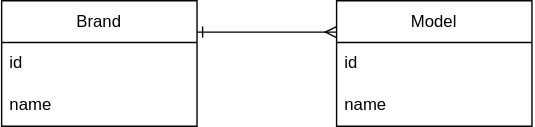
The draw.io diagram Diagram.svg in SochoeunKhorn/phoneshop, before a commit. Source tidied: cells renumbered, new cells last; positions are measured from the earlier drawing's top-left corner, leaving out a move shared by most shapes.
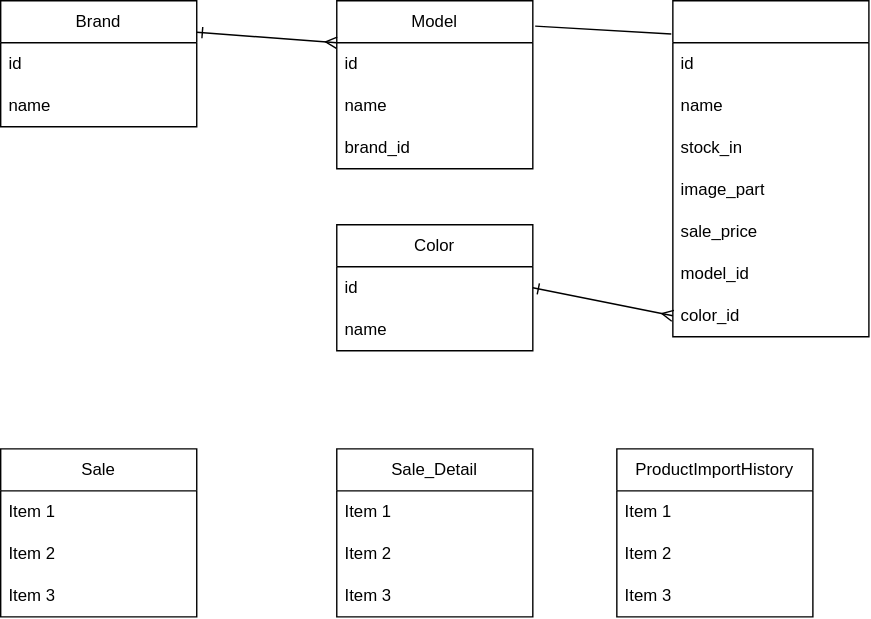
Above is the later version.

Commit message:
Configure using LocalDateTime

What changed in the source:
```diff
@@ -12,7 +12,7 @@
       <mxGeometry y="60" width="140" height="30" as="geometry" />
     </mxCell>
     <mxCell id="5" value="Model" style="swimlane;fontStyle=0;horizontal=1;startSize=30;whiteSpace=wrap;html=1;" parent="1" vertex="1">
-      <mxGeometry x="240" width="140" height="90" as="geometry" />
+      <mxGeometry x="240" width="140" height="120" as="geometry" />
     </mxCell>
     <mxCell id="6" value="id" style="text;strokeColor=none;fillColor=none;align=left;verticalAlign=middle;spacingLeft=4;spacingRight=4;overflow=hidden;whiteSpace=wrap;html=1;" parent="5" vertex="1">
       <mxGeometry y="30" width="140" height="30" as="geometry" />
@@ -20,8 +20,86 @@
     <mxCell id="7" value="name" style="text;strokeColor=none;fillColor=none;align=left;verticalAlign=middle;spacingLeft=4;spacingRight=4;overflow=hidden;whiteSpace=wrap;html=1;" parent="5" vertex="1">
       <mxGeometry y="60" width="140" height="30" as="geometry" />
     </mxCell>
+    <mxCell id="9" value="brand_id" style="text;strokeColor=none;fillColor=none;align=left;verticalAlign=middle;spacingLeft=4;spacingRight=4;overflow=hidden;whiteSpace=wrap;html=1;" parent="5" vertex="1">
+      <mxGeometry y="90" width="140" height="30" as="geometry" />
+    </mxCell>
     <mxCell id="8" style="endArrow=ERmany;html=1;rounded=0;exitX=1;exitY=0.25;exitDx=0;exitDy=0;entryX=0;entryY=0.25;entryDx=0;entryDy=0;startArrow=ERone;startFill=0;endFill=0;" parent="1" edge="1" source="2" target="5">
       <mxGeometry relative="1" as="geometry" />
     </mxCell>
+    <mxCell id="10" value="&amp;nbsp;" style="swimlane;fontStyle=0;horizontal=1;startSize=30;whiteSpace=wrap;html=1;" parent="1" vertex="1">
+      <mxGeometry x="480" width="140" height="240" as="geometry" />
+    </mxCell>
+    <mxCell id="11" value="id" style="text;strokeColor=none;fillColor=none;align=left;verticalAlign=middle;spacingLeft=4;spacingRight=4;overflow=hidden;whiteSpace=wrap;html=1;" parent="10" vertex="1">
+      <mxGeometry y="30" width="140" height="30" as="geometry" />
+    </mxCell>
+    <mxCell id="12" value="name" style="text;strokeColor=none;fillColor=none;align=left;verticalAlign=middle;spacingLeft=4;spacingRight=4;overflow=hidden;whiteSpace=wrap;html=1;" parent="10" vertex="1">
+      <mxGeometry y="60" width="140" height="30" as="geometry" />
+    </mxCell>
+    <mxCell id="13" value="stock_in" style="text;strokeColor=none;fillColor=none;align=left;verticalAlign=middle;spacingLeft=4;spacingRight=4;overflow=hidden;whiteSpace=wrap;html=1;" parent="10" vertex="1">
+      <mxGeometry y="90" width="140" height="30" as="geometry" />
+    </mxCell>
+    <mxCell id="14" value="image_part" style="text;strokeColor=none;fillColor=none;align=left;verticalAlign=middle;spacingLeft=4;spacingRight=4;overflow=hidden;whiteSpace=wrap;html=1;" parent="10" vertex="1">
+      <mxGeometry y="120" width="140" height="30" as="geometry" />
+    </mxCell>
+    <mxCell id="15" value="sale_price" style="text;strokeColor=none;fillColor=none;align=left;verticalAlign=middle;spacingLeft=4;spacingRight=4;overflow=hidden;whiteSpace=wrap;html=1;" parent="10" vertex="1">
+      <mxGeometry y="150" width="140" height="30" as="geometry" />
+    </mxCell>
+    <mxCell id="16" value="model_id" style="text;strokeColor=none;fillColor=none;align=left;verticalAlign=middle;spacingLeft=4;spacingRight=4;overflow=hidden;whiteSpace=wrap;html=1;" parent="10" vertex="1">
+      <mxGeometry y="180" width="140" height="30" as="geometry" />
+    </mxCell>
+    <mxCell id="17" value="color_id" style="text;strokeColor=none;fillColor=none;align=left;verticalAlign=middle;spacingLeft=4;spacingRight=4;overflow=hidden;points=[[0,0.5],[1,0.5]];portConstraint=eastwest;whiteSpace=wrap;html=1;" parent="10" vertex="1">
+      <mxGeometry y="210" width="140" height="30" as="geometry" />
+    </mxCell>
+    <mxCell id="18" value="Color" style="swimlane;fontStyle=0;horizontal=1;startSize=30;whiteSpace=wrap;html=1;" parent="1" vertex="1">
+      <mxGeometry x="240" y="160" width="140" height="90" as="geometry" />
+    </mxCell>
+    <mxCell id="19" value="id" style="text;strokeColor=none;fillColor=none;align=left;verticalAlign=middle;spacingLeft=4;spacingRight=4;overflow=hidden;points=[[0,0.5],[1,0.5]];portConstraint=eastwest;whiteSpace=wrap;html=1;" parent="18" vertex="1">
+      <mxGeometry y="30" width="140" height="30" as="geometry" />
+    </mxCell>
+    <mxCell id="20" value="name" style="text;strokeColor=none;fillColor=none;align=left;verticalAlign=middle;spacingLeft=4;spacingRight=4;overflow=hidden;whiteSpace=wrap;html=1;" parent="18" vertex="1">
+      <mxGeometry y="60" width="140" height="30" as="geometry" />
+    </mxCell>
+    <mxCell id="21" value="Sale" style="swimlane;fontStyle=0;horizontal=1;startSize=30;whiteSpace=wrap;html=1;" parent="1" vertex="1">
+      <mxGeometry y="320" width="140" height="120" as="geometry" />
+    </mxCell>
+    <mxCell id="22" value="Item 1" style="text;strokeColor=none;fillColor=none;align=left;verticalAlign=middle;spacingLeft=4;spacingRight=4;overflow=hidden;whiteSpace=wrap;html=1;" parent="21" vertex="1">
+      <mxGeometry y="30" width="140" height="30" as="geometry" />
+    </mxCell>
+    <mxCell id="23" value="Item 2" style="text;strokeColor=none;fillColor=none;align=left;verticalAlign=middle;spacingLeft=4;spacingRight=4;overflow=hidden;whiteSpace=wrap;html=1;" parent="21" vertex="1">
+      <mxGeometry y="60" width="140" height="30" as="geometry" />
+    </mxCell>
+    <mxCell id="24" value="Item 3" style="text;strokeColor=none;fillColor=none;align=left;verticalAlign=middle;spacingLeft=4;spacingRight=4;overflow=hidden;whiteSpace=wrap;html=1;" parent="21" vertex="1">
+      <mxGeometry y="90" width="140" height="30" as="geometry" />
+    </mxCell>
+    <mxCell id="25" value="Sale_Detail" style="swimlane;fontStyle=0;horizontal=1;startSize=30;whiteSpace=wrap;html=1;" parent="1" vertex="1">
+      <mxGeometry x="240" y="320" width="140" height="120" as="geometry" />
+    </mxCell>
+    <mxCell id="26" value="Item 1" style="text;strokeColor=none;fillColor=none;align=left;verticalAlign=middle;spacingLeft=4;spacingRight=4;overflow=hidden;whiteSpace=wrap;html=1;" parent="25" vertex="1">
+      <mxGeometry y="30" width="140" height="30" as="geometry" />
+    </mxCell>
+    <mxCell id="27" value="Item 2" style="text;strokeColor=none;fillColor=none;align=left;verticalAlign=middle;spacingLeft=4;spacingRight=4;overflow=hidden;whiteSpace=wrap;html=1;" parent="25" vertex="1">
+      <mxGeometry y="60" width="140" height="30" as="geometry" />
+    </mxCell>
+    <mxCell id="28" value="Item 3" style="text;strokeColor=none;fillColor=none;align=left;verticalAlign=middle;spacingLeft=4;spacingRight=4;overflow=hidden;whiteSpace=wrap;html=1;" parent="25" vertex="1">
+      <mxGeometry y="90" width="140" height="30" as="geometry" />
+    </mxCell>
+    <mxCell id="29" value="ProductImportHistory" style="swimlane;fontStyle=0;horizontal=1;startSize=30;whiteSpace=wrap;html=1;" parent="1" vertex="1">
+      <mxGeometry x="440" y="320" width="140" height="120" as="geometry" />
+    </mxCell>
+    <mxCell id="30" value="Item 1" style="text;strokeColor=none;fillColor=none;align=left;verticalAlign=middle;spacingLeft=4;spacingRight=4;overflow=hidden;whiteSpace=wrap;html=1;" parent="29" vertex="1">
+      <mxGeometry y="30" width="140" height="30" as="geometry" />
+    </mxCell>
+    <mxCell id="31" value="Item 2" style="text;strokeColor=none;fillColor=none;align=left;verticalAlign=middle;spacingLeft=4;spacingRight=4;overflow=hidden;whiteSpace=wrap;html=1;" parent="29" vertex="1">
+      <mxGeometry y="60" width="140" height="30" as="geometry" />
+    </mxCell>
+    <mxCell id="32" value="Item 3" style="text;strokeColor=none;fillColor=none;align=left;verticalAlign=middle;spacingLeft=4;spacingRight=4;overflow=hidden;whiteSpace=wrap;html=1;" parent="29" vertex="1">
+      <mxGeometry y="90" width="140" height="30" as="geometry" />
+    </mxCell>
+    <mxCell id="33" style="endArrow=none;html=1;rounded=0;exitX=1.012;exitY=0.151;exitDx=0;exitDy=0;entryX=-0.008;entryY=0.099;entryDx=0;entryDy=0;entryPerimeter=0;exitPerimeter=0;" parent="1" edge="1" source="5" target="10">
+      <mxGeometry relative="1" as="geometry" />
+    </mxCell>
+    <mxCell id="34" style="endArrow=ERmany;html=1;rounded=0;exitX=1;exitY=0.5;exitDx=0;exitDy=0;entryX=0;entryY=0.5;entryDx=0;entryDy=0;startArrow=ERone;startFill=0;endFill=0;" parent="1" edge="1" source="19" target="17">
+      <mxGeometry relative="1" as="geometry" />
+    </mxCell>
   </root>
 </mxGraphModel>
```
